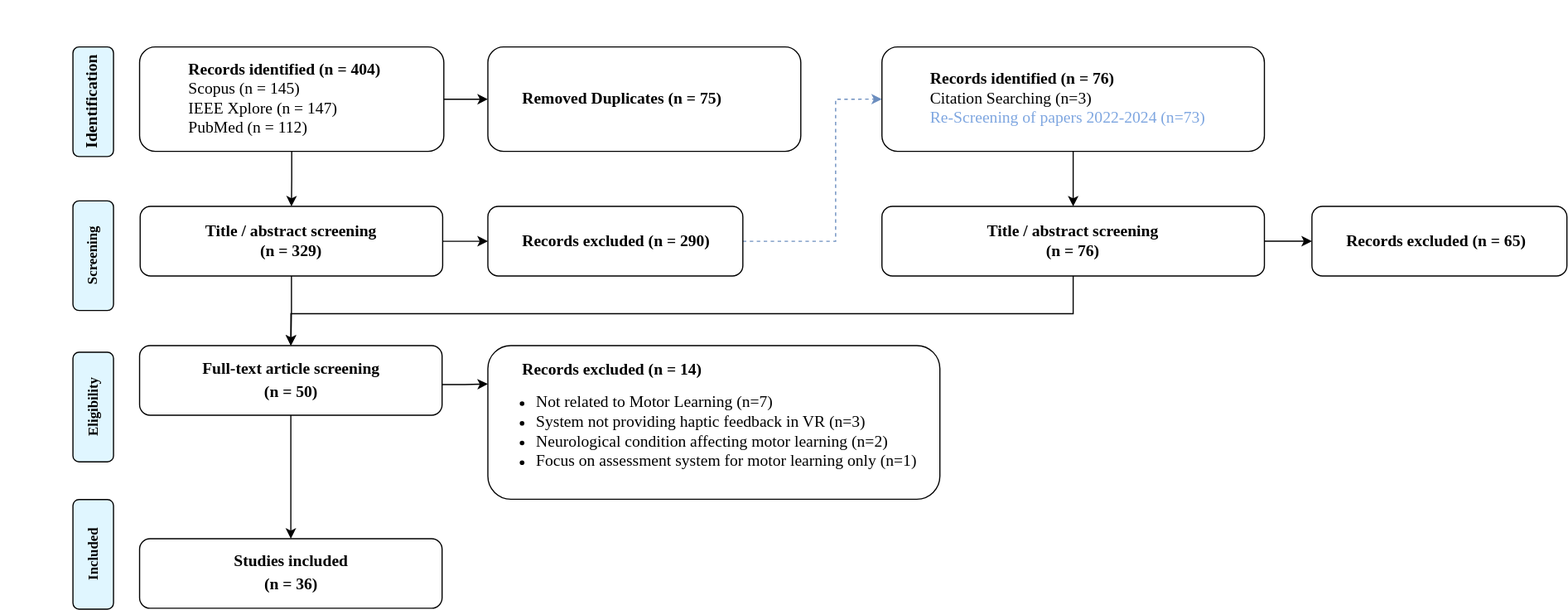
Hobsyllvin/Literature-Research-Master-Thesis keeps this draw.io diagram as figures/prisma_overview.svg. Above is the earlier version. Source tidied: cells renumbered, new cells last; positions are measured from the earlier drawing's top-left corner, leaving out a move shared by most shapes.
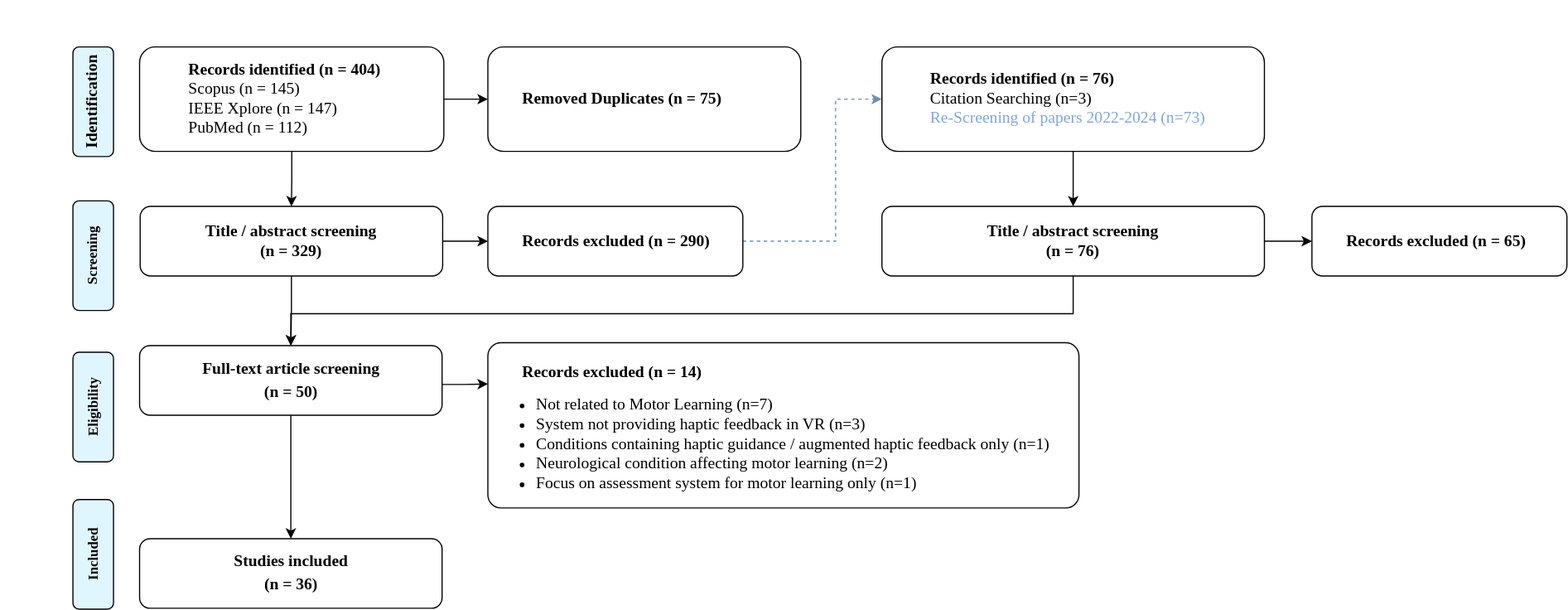
After the change.

Change to the diagram source:
```diff
@@ -45,8 +45,8 @@
     <mxCell id="12" value="&lt;div align=&quot;left&quot;&gt;&lt;div&gt;&lt;font&gt;&lt;b&gt;&lt;font style=&quot;font-size: 14px;&quot;&gt;&lt;span style=&quot;white-space: pre;&quot;&gt;&#9;&lt;/span&gt;Records excluded (n = 290)&lt;/font&gt;&lt;/b&gt;&lt;/font&gt;&lt;/div&gt;&lt;/div&gt;" style="rounded=1;whiteSpace=wrap;html=1;fontSize=12;glass=0;strokeWidth=1;shadow=0;align=left;fontFamily=Times New Roman;" parent="1" vertex="1">
       <mxGeometry x="420" y="177.5" width="220" height="60" as="geometry" />
     </mxCell>
-    <mxCell id="13" value="&lt;div align=&quot;justify&quot;&gt;&lt;b&gt;&lt;font style=&quot;font-size: 14px;&quot;&gt;&lt;span style=&quot;white-space: pre;&quot;&gt;&#9;&lt;/span&gt;Records excluded (n = 14)&lt;/font&gt;&lt;/b&gt;&lt;/div&gt;&lt;div align=&quot;justify&quot;&gt;&lt;ul&gt;&lt;li&gt;&lt;font style=&quot;font-size: 14px;&quot;&gt;Not related to Motor Learning&lt;/font&gt;&lt;font style=&quot;font-size: 14px;&quot;&gt; (n=7)&lt;/font&gt;&lt;/li&gt;&lt;li&gt;&lt;font style=&quot;font-size: 14px;&quot;&gt;System not providing haptic feedback in VR (n=3)&lt;/font&gt;&lt;/li&gt;&lt;li&gt;&lt;font style=&quot;font-size: 14px;&quot;&gt;Neurological condition affecting motor learning (n=2)&lt;br&gt;&lt;/font&gt;&lt;/li&gt;&lt;li&gt;&lt;font style=&quot;font-size: 14px;&quot;&gt;Focus on assessment system for motor learning only (n=1)&lt;br&gt;&lt;/font&gt;&lt;/li&gt;&lt;/ul&gt;&lt;/div&gt;" style="rounded=1;whiteSpace=wrap;html=1;fontSize=12;glass=0;strokeWidth=1;shadow=0;align=left;fontFamily=Times New Roman;rotation=0;" parent="1" vertex="1">
-      <mxGeometry x="420" y="297.5" width="390" height="132.5" as="geometry" />
+    <mxCell id="13" value="&lt;div align=&quot;justify&quot;&gt;&lt;b&gt;&lt;font style=&quot;font-size: 14px;&quot;&gt;&lt;span style=&quot;white-space: pre;&quot;&gt;&#9;&lt;/span&gt;&lt;br&gt;&lt;span style=&quot;white-space: pre;&quot;&gt;&#9;&lt;/span&gt;Records excluded (n = 14)&lt;/font&gt;&lt;/b&gt;&lt;/div&gt;&lt;div align=&quot;justify&quot;&gt;&lt;ul&gt;&lt;li&gt;&lt;font style=&quot;font-size: 14px;&quot;&gt;Not related to Motor Learning&lt;/font&gt;&lt;font style=&quot;font-size: 14px;&quot;&gt; (n=7)&lt;/font&gt;&lt;/li&gt;&lt;li&gt;&lt;font style=&quot;font-size: 14px;&quot;&gt;System not providing haptic feedback in VR (n=3)&lt;/font&gt;&lt;/li&gt;&lt;li&gt;&lt;font style=&quot;font-size: 14px;&quot;&gt;Conditions containing haptic guidance / augmented haptic feedback only (n=1)&lt;br&gt;&lt;/font&gt;&lt;/li&gt;&lt;li&gt;&lt;font style=&quot;font-size: 14px;&quot;&gt;Neurological condition affecting motor learning (n=2)&lt;br&gt;&lt;/font&gt;&lt;/li&gt;&lt;li&gt;&lt;font style=&quot;font-size: 14px;&quot;&gt;Focus on assessment system for motor learning only (n=1)&lt;br&gt;&lt;/font&gt;&lt;/li&gt;&lt;/ul&gt;&lt;/div&gt;" style="rounded=1;whiteSpace=wrap;html=1;fontSize=12;glass=0;strokeWidth=1;shadow=0;align=left;fontFamily=Times New Roman;rotation=0;arcSize=8;" parent="1" vertex="1">
+      <mxGeometry x="420" y="295" width="510" height="142.5" as="geometry" />
     </mxCell>
     <mxCell id="14" value="&lt;div&gt;&lt;font style=&quot;font-size: 14px;&quot;&gt;&lt;b&gt;&lt;font&gt;Studies included&lt;/font&gt;&lt;/b&gt;&lt;/font&gt;&lt;/div&gt;&lt;div&gt;&lt;b&gt;&lt;font style=&quot;font-size: 14px;&quot;&gt;(n = 36)&lt;/font&gt;&lt;font size=&quot;3&quot;&gt;&lt;br&gt;&lt;/font&gt;&lt;/b&gt;&lt;/div&gt;" style="rounded=1;whiteSpace=wrap;html=1;fontSize=12;glass=0;strokeWidth=1;shadow=0;fontFamily=Times New Roman;" parent="1" vertex="1">
       <mxGeometry x="119.5" y="464" width="261" height="60" as="geometry" />
```
